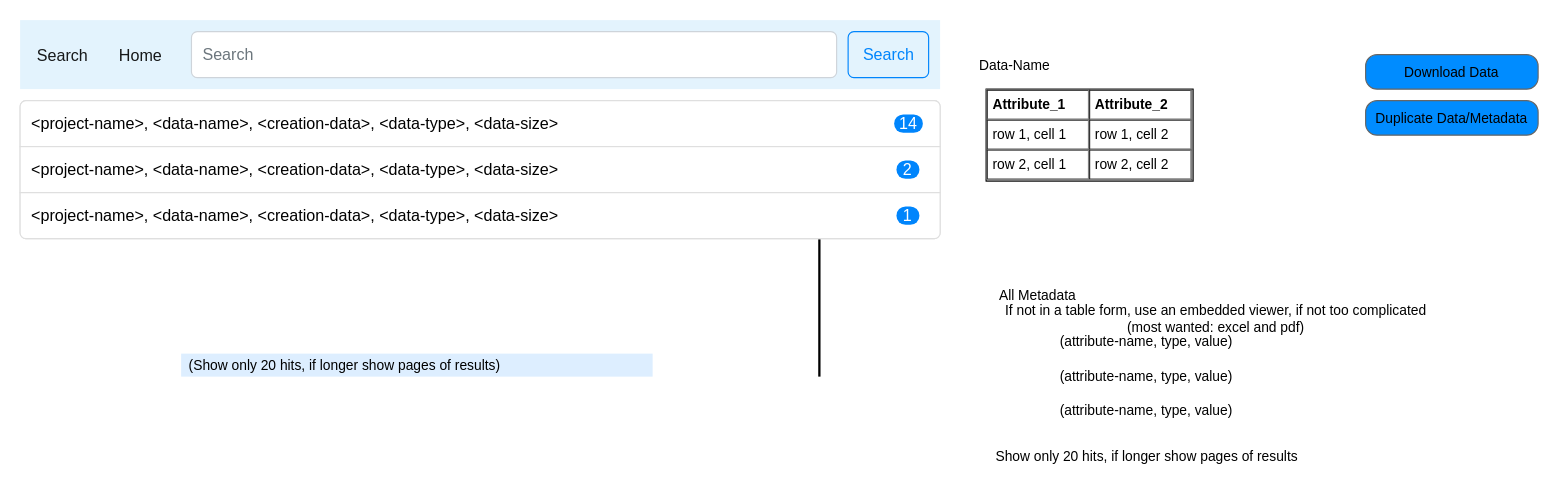
Before: EsyDB/EsyDB_sw_p02.drawio in elghazi/drawings, a draw.io diagram. Source tidied: cells renumbered, new cells numbered last; positions are measured from the earlier drawing's top-left corner, leaving out a move shared by most shapes. Both pictures are drawn from the tidied source at 115%, with x=0, y=0 at pixel (20, 20).
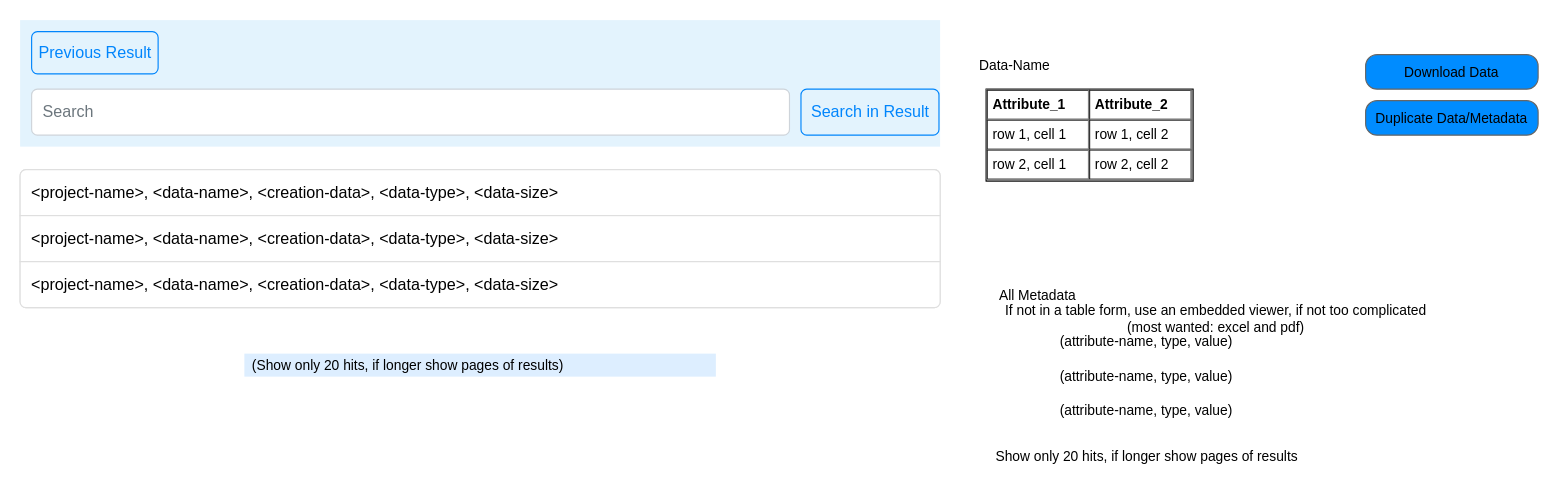
After the change.

The change refers to these unchanged cells:
```xml
<mxCell id="20" value="&lt;span style=&quot;text-align: center&quot;&gt;&lt;font style=&quot;font-size: 14px&quot;&gt;&amp;lt;project-name&amp;gt;, &amp;lt;data-name&amp;gt;, &amp;lt;creation-data&amp;gt;, &amp;lt;data-type&amp;gt;, &amp;lt;data-size&amp;gt;&lt;/font&gt;&lt;/span&gt;" style="strokeColor=inherit;fillColor=inherit;gradientColor=inherit;fontColor=inherit;html=1;shadow=0;dashed=0;shape=mxgraph.bootstrap.topButton;rSize=5;perimeter=none;whiteSpace=wrap;align=left;spacing=10;fontSize=14;" parent="19" vertex="1">
  <mxGeometry width="800" height="40" relative="1" as="geometry" />
</mxCell>
<mxCell id="22" value="&lt;span style=&quot;text-align: center&quot;&gt;&amp;lt;project-name&amp;gt;, &amp;lt;data-name&amp;gt;, &amp;lt;creation-data&amp;gt;, &amp;lt;data-type&amp;gt;, &amp;lt;data-size&amp;gt;&lt;/span&gt;" style="strokeColor=inherit;fillColor=inherit;gradientColor=inherit;fontColor=inherit;html=1;shadow=0;dashed=0;perimeter=none;whiteSpace=wrap;align=left;spacing=10;fontSize=14;" parent="19" vertex="1">
  <mxGeometry width="800" height="40" relative="1" as="geometry">
    <mxPoint y="40" as="offset" />
  </mxGeometry>
</mxCell>
<mxCell id="24" value="&lt;span style=&quot;text-align: center&quot;&gt;&amp;lt;project-name&amp;gt;, &amp;lt;data-name&amp;gt;, &amp;lt;creation-data&amp;gt;, &amp;lt;data-type&amp;gt;, &amp;lt;data-size&amp;gt;&lt;/span&gt;" style="strokeColor=inherit;fillColor=inherit;gradientColor=inherit;fontColor=inherit;html=1;shadow=0;dashed=0;shape=mxgraph.bootstrap.bottomButton;rSize=5;perimeter=none;whiteSpace=wrap;align=left;spacing=10;fontSize=14;" parent="19" vertex="1">
  <mxGeometry y="1" width="800" height="40" relative="1" as="geometry">
    <mxPoint y="-40" as="offset" />
  </mxGeometry>
</mxCell>
```

What changed in the source:
```diff
@@
-    <mxCell id="2" style="line;strokeWidth=2;direction=south;html=1;" parent="1" vertex="1">
-      <mxGeometry x="690" y="150" width="10" height="160" as="geometry" />
-    </mxCell>
@@
     <mxCell id="10" value="&lt;div&gt;&lt;span style=&quot;color: rgb(0 , 0 , 0) ; font-size: 12px&quot;&gt;(Show only 20 hits, if longer show pages of results)&lt;/span&gt;&lt;/div&gt;" style="strokeWidth=1;shadow=0;dashed=0;align=center;html=1;shape=mxgraph.mockup.forms.rrect;rSize=0;fontSize=17;fontColor=#666666;align=left;spacingLeft=5;fillColor=#ddeeff;strokeColor=none;" parent="1" vertex="1">
-      <mxGeometry x="140" y="290" width="410" height="20" as="geometry" />
+      <mxGeometry x="195" y="290" width="410" height="20" as="geometry" />
     </mxCell>
@@
-    <mxCell id="15" value="&lt;font style=&quot;font-size: 14px&quot;&gt;Search&lt;/font&gt;" style="html=1;shadow=0;dashed=0;fillColor=#E3F3FD;strokeColor=none;fontSize=16;fontColor=#161819;align=left;spacing=15;" parent="1" vertex="1">
-      <mxGeometry width="800" height="60" as="geometry" />
+    <mxCell id="15" style="html=1;shadow=0;dashed=0;fillColor=#E3F3FD;strokeColor=none;fontSize=16;fontColor=#161819;align=left;spacing=15;" parent="1" vertex="1">
+      <mxGeometry width="800" height="110" as="geometry" />
     </mxCell>
-    <mxCell id="16" value="Home" style="fillColor=none;strokeColor=none;fontSize=14;fontColor=#161819;align=center;" parent="15" vertex="1">
-      <mxGeometry width="70" height="40" relative="1" as="geometry">
-        <mxPoint x="70" y="10" as="offset" />
-      </mxGeometry>
-    </mxCell>
-    <mxCell id="17" value="Search" style="html=1;shadow=0;dashed=0;shape=mxgraph.bootstrap.rrect;rSize=5;fontSize=14;fontColor=#0085FC;strokeColor=#0085FC;fillColor=none;" parent="15" vertex="1">
-      <mxGeometry x="1" width="70" height="40" relative="1" as="geometry">
-        <mxPoint x="-80" y="10" as="offset" />
+    <mxCell id="17" value="Search in Result" style="html=1;shadow=0;dashed=0;shape=mxgraph.bootstrap.rrect;rSize=5;fontSize=14;fontColor=#0085FC;strokeColor=#0085FC;fillColor=none;" parent="15" vertex="1">
+      <mxGeometry x="1" width="120" height="40" relative="1" as="geometry">
+        <mxPoint x="-121" y="60" as="offset" />
       </mxGeometry>
     </mxCell>
     <mxCell id="18" value="Search" style="html=1;shadow=0;dashed=0;shape=mxgraph.bootstrap.rrect;rSize=5;fontSize=14;fontColor=#6C767D;strokeColor=#CED4DA;fillColor=#ffffff;align=left;spacing=10;" parent="15" vertex="1">
-      <mxGeometry x="1" width="561" height="40" relative="1" as="geometry">
-        <mxPoint x="-651" y="10" as="offset" />
+      <mxGeometry x="1" width="659" height="40" relative="1" as="geometry">
+        <mxPoint x="-790" y="60" as="offset" />
       </mxGeometry>
     </mxCell>
+    <mxCell id="26" value="Previous Result" style="html=1;shadow=0;dashed=0;shape=mxgraph.bootstrap.rrect;rSize=5;fontSize=14;fontColor=#0085FC;strokeColor=#0085FC;fillColor=none;" parent="15" vertex="1">
+      <mxGeometry x="10" y="10" width="110" height="36.7" as="geometry" />
+    </mxCell>
     <mxCell id="19" style="html=1;shadow=0;dashed=0;shape=mxgraph.bootstrap.rrect;rSize=5;strokeColor=#DFDFDF;html=1;whiteSpace=wrap;fillColor=#FFFFFF;fontColor=#000000;fontSize=14;" parent="1" vertex="1">
-      <mxGeometry y="70" width="800" height="120" as="geometry" />
+      <mxGeometry y="130" width="800" height="120" as="geometry" />
     </mxCell>
@@
-    <mxCell id="21" value="14" style="strokeColor=inherit;fillColor=inherit;gradientColor=inherit;fontColor=inherit;html=1;shadow=0;dashed=0;shape=mxgraph.bootstrap.rrect;rSize=8;fillColor=#0085FC;strokeColor=none;fontColor=#ffffff;whiteSpace=wrap;fontSize=14;" parent="20" vertex="1">
-      <mxGeometry x="1" y="0.5" width="25" height="16" relative="1" as="geometry">
-        <mxPoint x="-40" y="-8" as="offset" />
-      </mxGeometry>
-    </mxCell>
@@
-    <mxCell id="23" value="2" style="strokeColor=inherit;fillColor=inherit;gradientColor=inherit;fontColor=inherit;html=1;shadow=0;dashed=0;shape=mxgraph.bootstrap.rrect;rSize=8;fillColor=#0085FC;strokeColor=none;fontColor=#ffffff;whiteSpace=wrap;fontSize=14;" parent="22" vertex="1">
-      <mxGeometry x="1" y="0.5" width="20" height="16" relative="1" as="geometry">
-        <mxPoint x="-38" y="-8" as="offset" />
-      </mxGeometry>
-    </mxCell>
@@
-    <mxCell id="25" value="1" style="strokeColor=inherit;fillColor=inherit;gradientColor=inherit;fontColor=inherit;html=1;shadow=0;dashed=0;shape=mxgraph.bootstrap.rrect;rSize=8;fillColor=#0085FC;strokeColor=none;fontColor=#ffffff;whiteSpace=wrap;fontSize=14;" parent="24" vertex="1">
-      <mxGeometry x="1" y="0.5" width="20" height="16" relative="1" as="geometry">
-        <mxPoint x="-38" y="-8" as="offset" />
-      </mxGeometry>
-    </mxCell>
```
